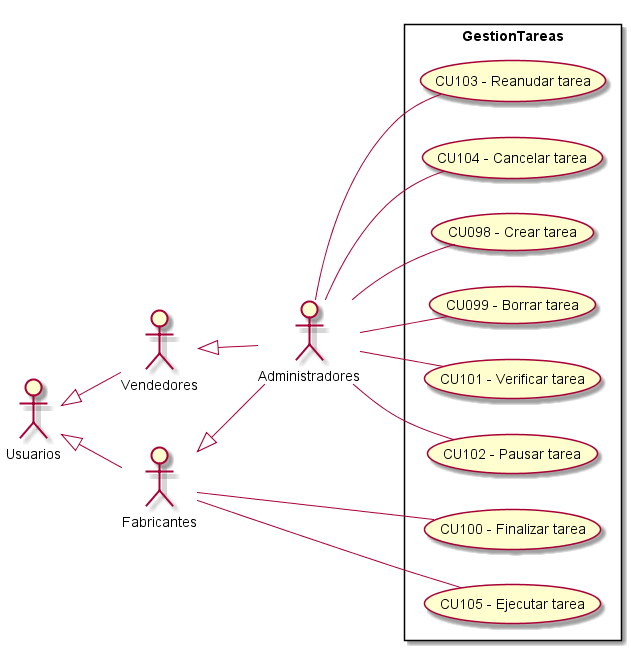
This is Informe Final/Imagenes/ModeladoDeCasosDeUso/DiagramaDeCasosDeUso/GestionTareas.png from ZMGestion/DocumentacionZMGestion, a PlantUML export, as it was before one commit.
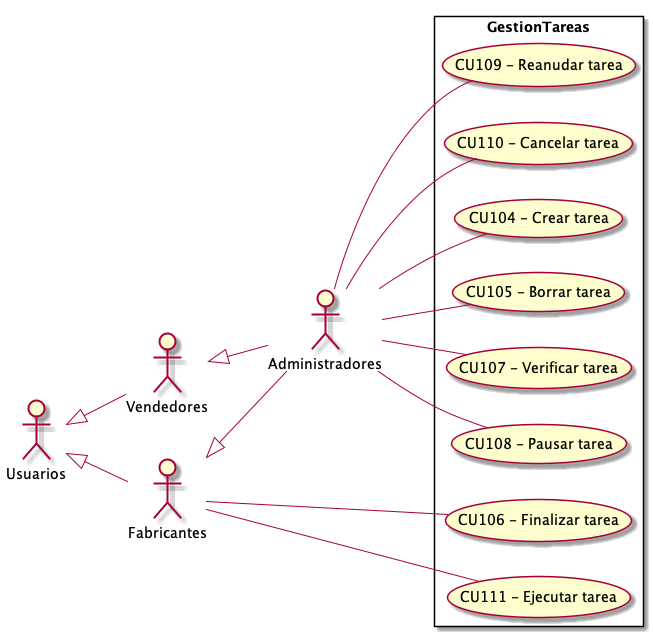
Above is the later version.

What changed in the source:
```diff
@@ -13,14 +13,14 @@
  left to right direction
 
 rectangle GestionTareas{
-    UseCase "CU098 - Crear tarea" as C
-    UseCase "CU099 - Borrar tarea" as B
-    UseCase "CU100 - Finalizar tarea" as Finalizar
-    UseCase "CU101 - Verificar tarea" as Verificar
-    UseCase "CU102 - Pausar tarea" as Pausar
-    UseCase "CU103 - Reanudar tarea" as Reanudar
-    UseCase "CU104 - Cancelar tarea" as Cancelar
-    UseCase "CU105 - Ejecutar tarea" as Ejecutar
+    UseCase "CU104 - Crear tarea" as C
+    UseCase "CU105 - Borrar tarea" as B
+    UseCase "CU106 - Finalizar tarea" as Finalizar
+    UseCase "CU107 - Verificar tarea" as Verificar
+    UseCase "CU108 - Pausar tarea" as Pausar
+    UseCase "CU109 - Reanudar tarea" as Reanudar
+    UseCase "CU110 - Cancelar tarea" as Cancelar
+    UseCase "CU111 - Ejecutar tarea" as Ejecutar
 }
     Administradores -- C
     Administradores -- B
```
